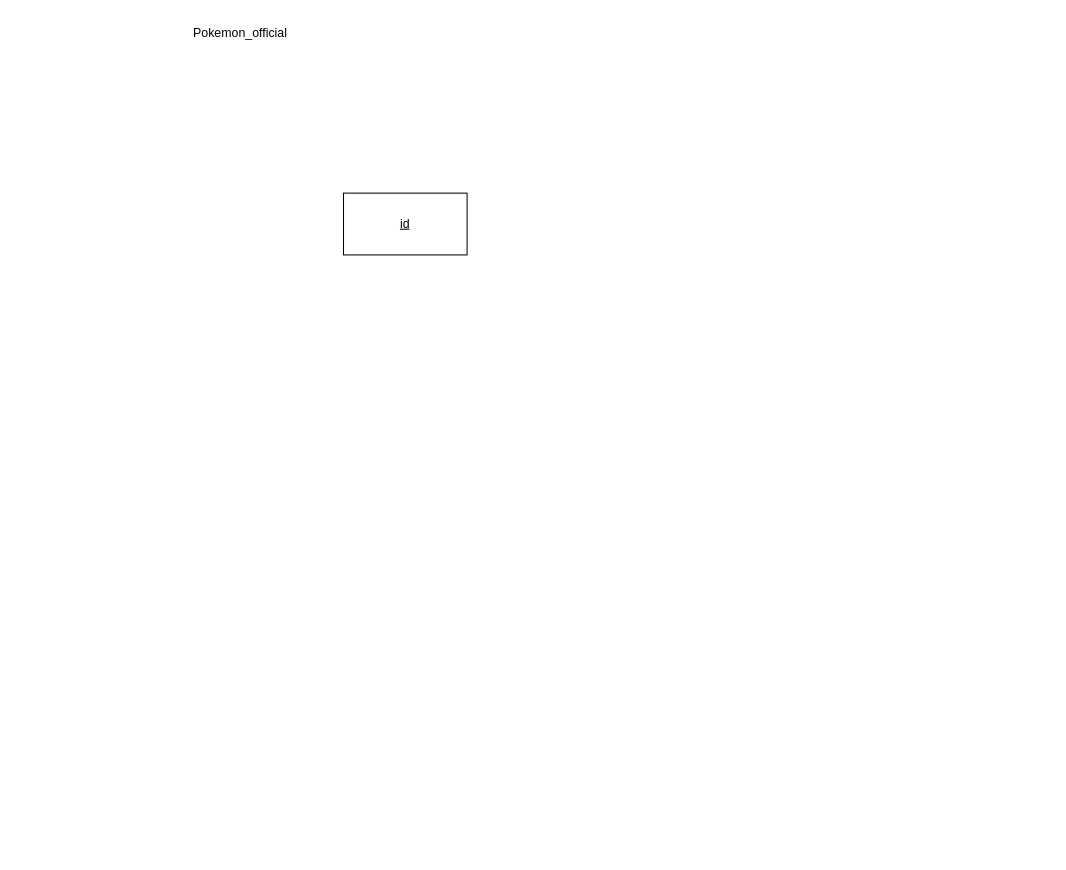
Before: Pokemon!.drawio in Fijohak/mycontent, a draw.io diagram. Source tidied: cells renumbered, new cells numbered last; positions are measured from the earlier drawing's top-left corner, leaving out a move shared by most shapes. Both pictures are drawn from the tidied source at 103%, with x=0, y=0 at pixel (209, 18).
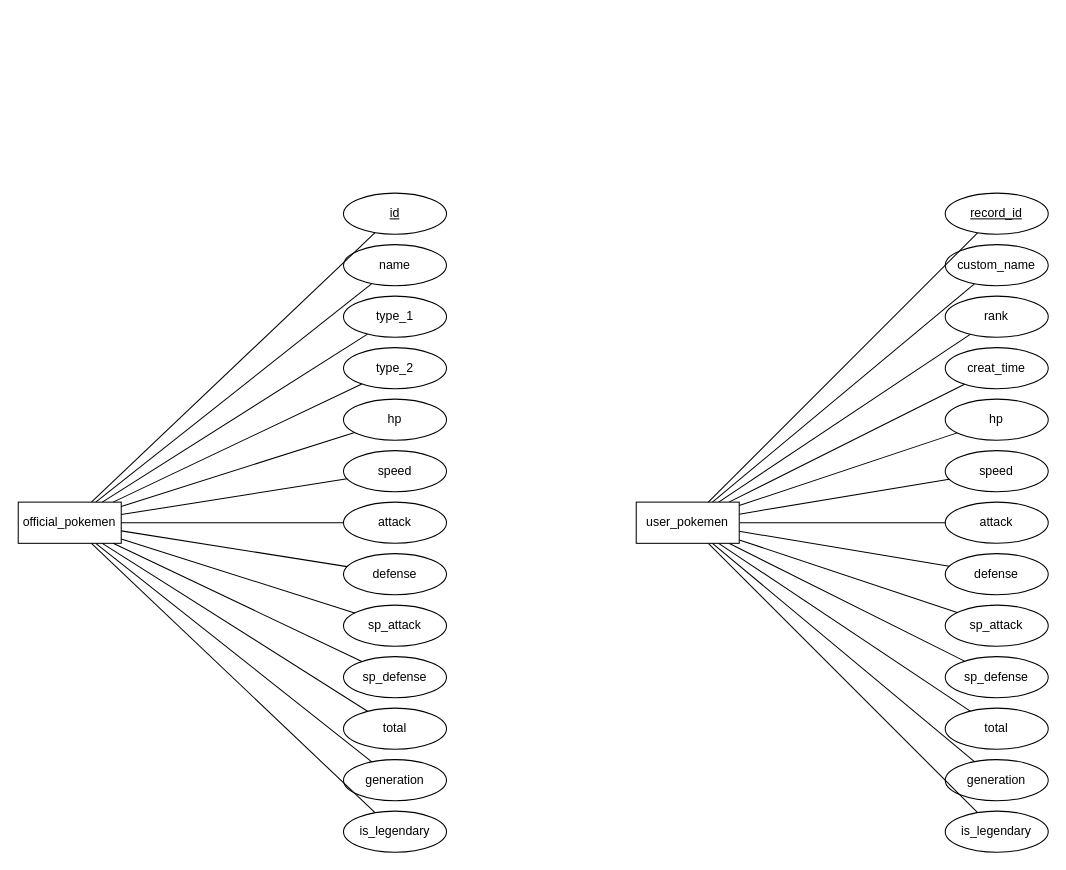
Above is the later version.

Change to the diagram source:
```diff
@@
-    <mxCell id="2" value="Pokemon_official" style="text;html=1;whiteSpace=wrap;strokeColor=none;fillColor=none;align=center;verticalAlign=middle;rounded=0;" parent="1" vertex="1">
-      <mxGeometry width="60" height="30" as="geometry" />
-    </mxCell>
+    <mxCell id="4" value="official_pokemen" style="whiteSpace=wrap;html=1;align=center;" parent="1" vertex="1">
+      <mxGeometry x="-185.8" y="470" width="100" height="40" as="geometry" />
+    </mxCell>
-    <mxCell id="3" value="id" style="rounded=0;whiteSpace=wrap;html=1;fontStyle=4;" parent="1" vertex="1">
-      <mxGeometry x="130" y="170" width="120" height="60" as="geometry" />
+    <mxCell id="3" value="id" style="ellipse;whiteSpace=wrap;html=1;align=center;fontStyle=4;" parent="1" vertex="1">
+      <mxGeometry x="130" y="170" width="100" height="40" as="geometry" />
     </mxCell>
+    <mxCell id="5" value="name" style="ellipse;whiteSpace=wrap;html=1;align=center;" parent="1" vertex="1">
+      <mxGeometry x="130" y="220" width="100" height="40" as="geometry" />
+    </mxCell>
+    <mxCell id="6" value="type_1" style="ellipse;whiteSpace=wrap;html=1;align=center;" parent="1" vertex="1">
+      <mxGeometry x="130" y="270" width="100" height="40" as="geometry" />
+    </mxCell>
+    <mxCell id="7" value="type_2" style="ellipse;whiteSpace=wrap;html=1;align=center;" parent="1" vertex="1">
+      <mxGeometry x="130" y="320" width="100" height="40" as="geometry" />
+    </mxCell>
+    <mxCell id="8" value="hp" style="ellipse;whiteSpace=wrap;html=1;align=center;" parent="1" vertex="1">
+      <mxGeometry x="130" y="370" width="100" height="40" as="geometry" />
+    </mxCell>
+    <mxCell id="9" value="speed" style="ellipse;whiteSpace=wrap;html=1;align=center;" parent="1" vertex="1">
+      <mxGeometry x="130" y="420" width="100" height="40" as="geometry" />
+    </mxCell>
+    <mxCell id="10" value="attack" style="ellipse;whiteSpace=wrap;html=1;align=center;" parent="1" vertex="1">
+      <mxGeometry x="130" y="470" width="100" height="40" as="geometry" />
+    </mxCell>
+    <mxCell id="11" value="defense" style="ellipse;whiteSpace=wrap;html=1;align=center;" parent="1" vertex="1">
+      <mxGeometry x="130" y="520" width="100" height="40" as="geometry" />
+    </mxCell>
+    <mxCell id="12" value="sp_attack" style="ellipse;whiteSpace=wrap;html=1;align=center;" parent="1" vertex="1">
+      <mxGeometry x="130" y="570" width="100" height="40" as="geometry" />
+    </mxCell>
+    <mxCell id="13" value="sp_defense" style="ellipse;whiteSpace=wrap;html=1;align=center;" parent="1" vertex="1">
+      <mxGeometry x="130" y="620" width="100" height="40" as="geometry" />
+    </mxCell>
+    <mxCell id="14" value="total" style="ellipse;whiteSpace=wrap;html=1;align=center;" parent="1" vertex="1">
+      <mxGeometry x="130" y="670" width="100" height="40" as="geometry" />
+    </mxCell>
+    <mxCell id="15" value="generation" style="ellipse;whiteSpace=wrap;html=1;align=center;" parent="1" vertex="1">
+      <mxGeometry x="130" y="720" width="100" height="40" as="geometry" />
+    </mxCell>
+    <mxCell id="16" value="is_legendary" style="ellipse;whiteSpace=wrap;html=1;align=center;" parent="1" vertex="1">
+      <mxGeometry x="130" y="770" width="100" height="40" as="geometry" />
+    </mxCell>
+    <mxCell id="17" style="endArrow=none;html=1;rounded=0;fontSize=12;startSize=8;endSize=8;curved=1;" parent="1" edge="1" source="4" target="12">
+      <mxGeometry relative="1" as="geometry" />
+    </mxCell>
+    <mxCell id="18" style="endArrow=none;html=1;rounded=0;fontSize=12;startSize=8;endSize=8;curved=1;" parent="1" edge="1" source="4" target="8">
+      <mxGeometry relative="1" as="geometry" />
+    </mxCell>
+    <mxCell id="19" style="endArrow=none;html=1;rounded=0;fontSize=12;startSize=8;endSize=8;curved=1;" parent="1" edge="1" source="4" target="7">
+      <mxGeometry relative="1" as="geometry" />
+    </mxCell>
+    <mxCell id="20" style="endArrow=none;html=1;rounded=0;fontSize=12;startSize=8;endSize=8;curved=1;" parent="1" edge="1" source="4" target="11">
+      <mxGeometry relative="1" as="geometry" />
+    </mxCell>
+    <mxCell id="21" style="endArrow=none;html=1;rounded=0;fontSize=12;startSize=8;endSize=8;curved=1;" parent="1" edge="1" source="4" target="10">
+      <mxGeometry relative="1" as="geometry" />
+    </mxCell>
+    <mxCell id="22" style="endArrow=none;html=1;rounded=0;fontSize=12;startSize=8;endSize=8;curved=1;" parent="1" edge="1" source="4" target="9">
+      <mxGeometry relative="1" as="geometry" />
+    </mxCell>
+    <mxCell id="23" style="endArrow=none;html=1;rounded=0;fontSize=12;startSize=8;endSize=8;curved=1;" parent="1" edge="1" source="4" target="6">
+      <mxGeometry relative="1" as="geometry" />
+    </mxCell>
+    <mxCell id="24" style="endArrow=none;html=1;rounded=0;fontSize=12;startSize=8;endSize=8;curved=1;" parent="1" edge="1" source="4" target="5">
+      <mxGeometry relative="1" as="geometry" />
+    </mxCell>
+    <mxCell id="25" style="endArrow=none;html=1;rounded=0;fontSize=12;startSize=8;endSize=8;curved=1;" parent="1" edge="1" source="4" target="13">
+      <mxGeometry relative="1" as="geometry" />
+    </mxCell>
+    <mxCell id="26" style="endArrow=none;html=1;rounded=0;fontSize=12;startSize=8;endSize=8;curved=1;" parent="1" edge="1" source="4" target="16">
+      <mxGeometry relative="1" as="geometry" />
+    </mxCell>
+    <mxCell id="27" style="endArrow=none;html=1;rounded=0;fontSize=12;startSize=8;endSize=8;curved=1;" parent="1" edge="1" source="4" target="14">
+      <mxGeometry relative="1" as="geometry" />
+    </mxCell>
+    <mxCell id="28" value="record_id" style="ellipse;whiteSpace=wrap;html=1;align=center;fontStyle=4;" parent="1" vertex="1">
+      <mxGeometry x="714.2" y="170" width="100" height="40" as="geometry" />
+    </mxCell>
+    <mxCell id="29" value="custom_name" style="ellipse;whiteSpace=wrap;html=1;align=center;" parent="1" vertex="1">
+      <mxGeometry x="714.2" y="220" width="100" height="40" as="geometry" />
+    </mxCell>
+    <mxCell id="30" value="rank" style="ellipse;whiteSpace=wrap;html=1;align=center;" parent="1" vertex="1">
+      <mxGeometry x="714.2" y="270" width="100" height="40" as="geometry" />
+    </mxCell>
+    <mxCell id="31" value="creat_time" style="ellipse;whiteSpace=wrap;html=1;align=center;" parent="1" vertex="1">
+      <mxGeometry x="714.2" y="320" width="100" height="40" as="geometry" />
+    </mxCell>
+    <mxCell id="32" value="hp" style="ellipse;whiteSpace=wrap;html=1;align=center;" parent="1" vertex="1">
+      <mxGeometry x="714.2" y="370" width="100" height="40" as="geometry" />
+    </mxCell>
+    <mxCell id="33" value="speed" style="ellipse;whiteSpace=wrap;html=1;align=center;" parent="1" vertex="1">
+      <mxGeometry x="714.2" y="420" width="100" height="40" as="geometry" />
+    </mxCell>
+    <mxCell id="34" value="attack" style="ellipse;whiteSpace=wrap;html=1;align=center;" parent="1" vertex="1">
+      <mxGeometry x="714.2" y="470" width="100" height="40" as="geometry" />
+    </mxCell>
+    <mxCell id="35" value="defense" style="ellipse;whiteSpace=wrap;html=1;align=center;" parent="1" vertex="1">
+      <mxGeometry x="714.2" y="520" width="100" height="40" as="geometry" />
+    </mxCell>
+    <mxCell id="36" value="sp_attack" style="ellipse;whiteSpace=wrap;html=1;align=center;" parent="1" vertex="1">
+      <mxGeometry x="714.2" y="570" width="100" height="40" as="geometry" />
+    </mxCell>
+    <mxCell id="37" value="sp_defense" style="ellipse;whiteSpace=wrap;html=1;align=center;" parent="1" vertex="1">
+      <mxGeometry x="714.2" y="620" width="100" height="40" as="geometry" />
+    </mxCell>
+    <mxCell id="38" value="total" style="ellipse;whiteSpace=wrap;html=1;align=center;" parent="1" vertex="1">
+      <mxGeometry x="714.2" y="670" width="100" height="40" as="geometry" />
+    </mxCell>
+    <mxCell id="39" value="generation" style="ellipse;whiteSpace=wrap;html=1;align=center;" parent="1" vertex="1">
+      <mxGeometry x="714.2" y="720" width="100" height="40" as="geometry" />
+    </mxCell>
+    <mxCell id="40" value="is_legendary" style="ellipse;whiteSpace=wrap;html=1;align=center;" parent="1" vertex="1">
+      <mxGeometry x="714.2" y="770" width="100" height="40" as="geometry" />
+    </mxCell>
+    <mxCell id="41" style="endArrow=none;html=1;rounded=0;fontSize=12;startSize=8;endSize=8;curved=1;" parent="1" edge="1" source="52" target="36">
+      <mxGeometry relative="1" as="geometry" />
+    </mxCell>
+    <mxCell id="42" style="endArrow=none;html=1;rounded=0;fontSize=12;startSize=8;endSize=8;curved=1;" parent="1" edge="1" source="52" target="31">
+      <mxGeometry relative="1" as="geometry" />
+    </mxCell>
+    <mxCell id="43" style="endArrow=none;html=1;rounded=0;fontSize=12;startSize=8;endSize=8;curved=1;" parent="1" edge="1" source="52" target="35">
+      <mxGeometry relative="1" as="geometry" />
+    </mxCell>
+    <mxCell id="44" style="endArrow=none;html=1;rounded=0;fontSize=12;startSize=8;endSize=8;curved=1;" parent="1" edge="1" source="52" target="34">
+      <mxGeometry relative="1" as="geometry" />
+    </mxCell>
+    <mxCell id="45" style="endArrow=none;html=1;rounded=0;fontSize=12;startSize=8;endSize=8;curved=1;" parent="1" edge="1" source="52" target="33">
+      <mxGeometry relative="1" as="geometry" />
+    </mxCell>
+    <mxCell id="46" style="endArrow=none;html=1;rounded=0;fontSize=12;startSize=8;endSize=8;curved=1;" parent="1" edge="1" source="52" target="30">
+      <mxGeometry relative="1" as="geometry" />
+    </mxCell>
+    <mxCell id="47" style="endArrow=none;html=1;rounded=0;fontSize=12;startSize=8;endSize=8;curved=1;" parent="1" edge="1" source="52" target="29">
+      <mxGeometry relative="1" as="geometry" />
+    </mxCell>
+    <mxCell id="48" style="endArrow=none;html=1;rounded=0;fontSize=12;startSize=8;endSize=8;curved=1;" parent="1" edge="1" source="52" target="37">
+      <mxGeometry relative="1" as="geometry" />
+    </mxCell>
+    <mxCell id="49" style="endArrow=none;html=1;rounded=0;fontSize=12;startSize=8;endSize=8;curved=1;" parent="1" edge="1" source="52" target="40">
+      <mxGeometry relative="1" as="geometry" />
+    </mxCell>
+    <mxCell id="50" style="endArrow=none;html=1;rounded=0;fontSize=12;startSize=8;endSize=8;curved=1;" parent="1" edge="1" source="52" target="39">
+      <mxGeometry relative="1" as="geometry" />
+    </mxCell>
+    <mxCell id="51" style="endArrow=none;html=1;rounded=0;fontSize=12;startSize=8;endSize=8;curved=1;" parent="1" edge="1" source="52" target="38">
+      <mxGeometry relative="1" as="geometry" />
+    </mxCell>
+    <mxCell id="52" value="user_pokemen" style="whiteSpace=wrap;html=1;align=center;" parent="1" vertex="1">
+      <mxGeometry x="414.2" y="470" width="100" height="40" as="geometry" />
+    </mxCell>
+    <mxCell id="53" style="endArrow=none;html=1;rounded=0;fontSize=12;startSize=8;endSize=8;curved=1;" parent="1" edge="1" source="4" target="3">
+      <mxGeometry relative="1" as="geometry" />
+    </mxCell>
+    <mxCell id="54" style="endArrow=none;html=1;rounded=0;fontSize=12;startSize=8;endSize=8;curved=1;" parent="1" edge="1" source="32" target="52">
+      <mxGeometry relative="1" as="geometry" />
+    </mxCell>
+    <mxCell id="55" style="endArrow=none;html=1;rounded=0;fontSize=12;startSize=8;endSize=8;curved=1;" parent="1" edge="1" source="52" target="28">
+      <mxGeometry relative="1" as="geometry" />
+    </mxCell>
+    <mxCell id="56" style="endArrow=none;html=1;rounded=0;fontSize=12;startSize=8;endSize=8;curved=1;" parent="1" edge="1" source="4" target="15">
+      <mxGeometry relative="1" as="geometry" />
+    </mxCell>
```
